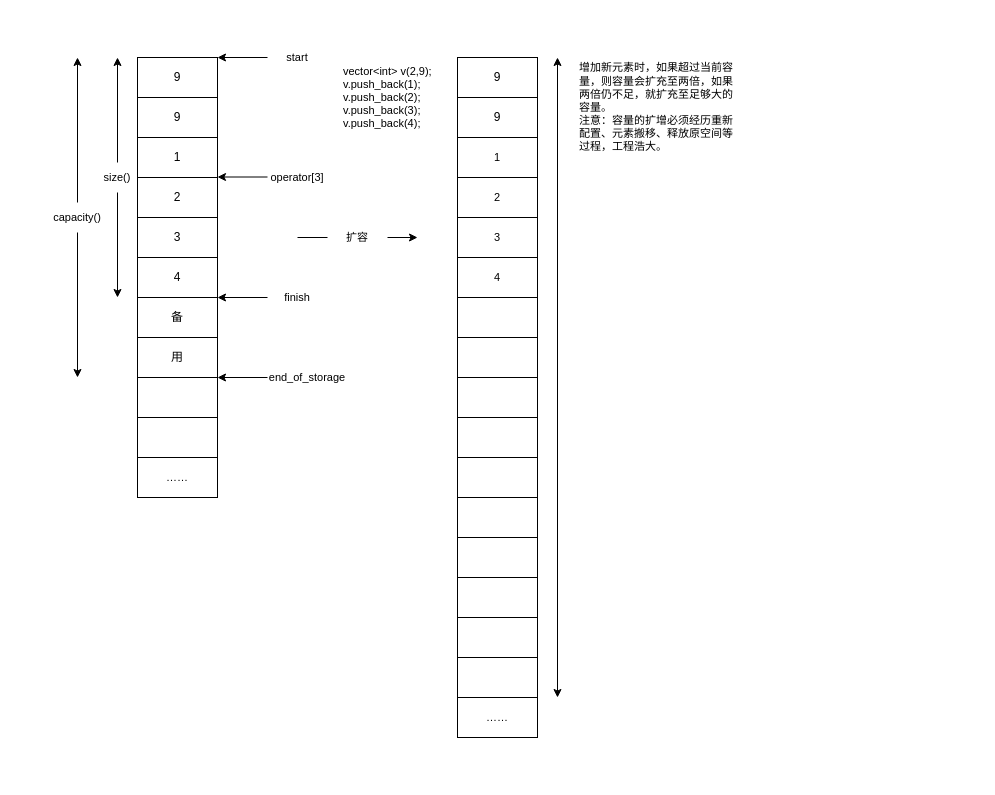
Before: 7.vector/1.drawio in CoderJPLuna/CPP_NOTE, a draw.io diagram. Source tidied: cells renumbered, new cells numbered last; positions are measured from the earlier drawing's top-left corner, leaving out a move shared by most shapes. Both pictures are drawn from the tidied source at 100%, with x=0, y=0 at pixel (47, 42).
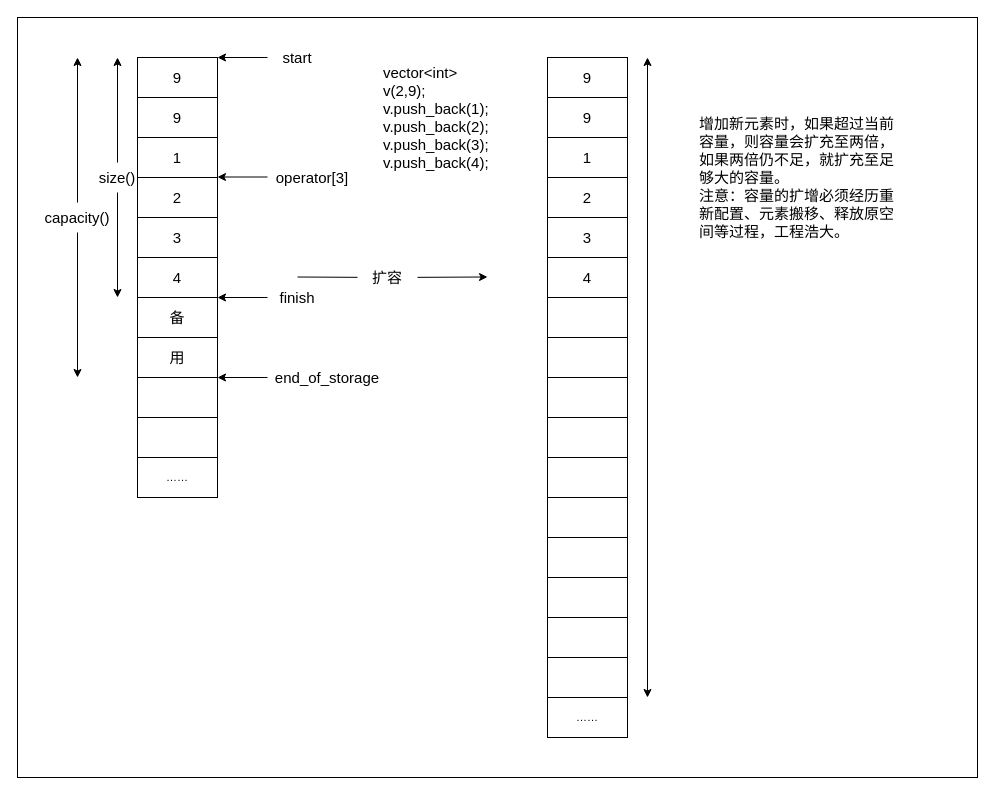
Above is the later version.

Change to the diagram source:
```diff
@@
+    <mxCell id="50" style="rounded=0;whiteSpace=wrap;html=1;" parent="1" vertex="1">
+      <mxGeometry x="-30" y="-25" width="960" height="760" as="geometry" />
+    </mxCell>
-    <mxCell id="2" value="9" style="rounded=0;whiteSpace=wrap;html=1;" parent="1" vertex="1">
+    <mxCell id="2" value="&lt;font style=&quot;font-size: 15px;&quot;&gt;9&lt;/font&gt;" style="rounded=0;whiteSpace=wrap;html=1;" parent="1" vertex="1">
       <mxGeometry x="90" y="15" width="80" height="40" as="geometry" />
     </mxCell>
-    <mxCell id="3" value="9" style="rounded=0;whiteSpace=wrap;html=1;" parent="1" vertex="1">
+    <mxCell id="3" value="&lt;font style=&quot;font-size: 15px;&quot;&gt;9&lt;/font&gt;" style="rounded=0;whiteSpace=wrap;html=1;" parent="1" vertex="1">
       <mxGeometry x="90" y="55" width="80" height="40" as="geometry" />
     </mxCell>
-    <mxCell id="4" value="1" style="rounded=0;whiteSpace=wrap;html=1;" parent="1" vertex="1">
+    <mxCell id="4" value="&lt;font style=&quot;font-size: 15px;&quot;&gt;1&lt;/font&gt;" style="rounded=0;whiteSpace=wrap;html=1;" parent="1" vertex="1">
       <mxGeometry x="90" y="95" width="80" height="40" as="geometry" />
     </mxCell>
-    <mxCell id="5" value="2" style="rounded=0;whiteSpace=wrap;html=1;" parent="1" vertex="1">
+    <mxCell id="5" value="&lt;font style=&quot;font-size: 15px;&quot;&gt;2&lt;/font&gt;" style="rounded=0;whiteSpace=wrap;html=1;" parent="1" vertex="1">
       <mxGeometry x="90" y="135" width="80" height="40" as="geometry" />
     </mxCell>
-    <mxCell id="6" value="3" style="rounded=0;whiteSpace=wrap;html=1;" parent="1" vertex="1">
+    <mxCell id="6" value="&lt;font style=&quot;font-size: 15px;&quot;&gt;3&lt;/font&gt;" style="rounded=0;whiteSpace=wrap;html=1;" parent="1" vertex="1">
       <mxGeometry x="90" y="175" width="80" height="40" as="geometry" />
     </mxCell>
-    <mxCell id="7" value="4" style="rounded=0;whiteSpace=wrap;html=1;" parent="1" vertex="1">
+    <mxCell id="7" value="&lt;font style=&quot;font-size: 15px;&quot;&gt;4&lt;/font&gt;" style="rounded=0;whiteSpace=wrap;html=1;" parent="1" vertex="1">
       <mxGeometry x="90" y="215" width="80" height="40" as="geometry" />
     </mxCell>
-    <mxCell id="8" value="备" style="rounded=0;whiteSpace=wrap;html=1;" parent="1" vertex="1">
+    <mxCell id="8" value="&lt;font style=&quot;font-size: 15px;&quot;&gt;备&lt;/font&gt;" style="rounded=0;whiteSpace=wrap;html=1;" parent="1" vertex="1">
       <mxGeometry x="90" y="255" width="80" height="40" as="geometry" />
     </mxCell>
-    <mxCell id="9" value="用" style="rounded=0;whiteSpace=wrap;html=1;align=center;" parent="1" vertex="1">
+    <mxCell id="9" value="&lt;font style=&quot;font-size: 15px;&quot;&gt;用&lt;/font&gt;" style="rounded=0;whiteSpace=wrap;html=1;align=center;" parent="1" vertex="1">
       <mxGeometry x="90" y="295" width="80" height="40" as="geometry" />
     </mxCell>
-    <mxCell id="10" value="9" style="rounded=0;whiteSpace=wrap;html=1;" parent="1" vertex="1">
-      <mxGeometry x="410" y="15" width="80" height="40" as="geometry" />
+    <mxCell id="10" value="&lt;font style=&quot;font-size: 15px;&quot;&gt;9&lt;/font&gt;" style="rounded=0;whiteSpace=wrap;html=1;" parent="1" vertex="1">
+      <mxGeometry x="500" y="15" width="80" height="40" as="geometry" />
     </mxCell>
-    <mxCell id="11" value="9" style="rounded=0;whiteSpace=wrap;html=1;" parent="1" vertex="1">
-      <mxGeometry x="410" y="55" width="80" height="40" as="geometry" />
+    <mxCell id="11" value="&lt;font style=&quot;font-size: 15px;&quot;&gt;9&lt;/font&gt;" style="rounded=0;whiteSpace=wrap;html=1;" parent="1" vertex="1">
+      <mxGeometry x="500" y="55" width="80" height="40" as="geometry" />
     </mxCell>
@@
-    <mxCell id="14" value="size()" style="text;html=1;strokeColor=none;fillColor=none;align=center;verticalAlign=middle;whiteSpace=wrap;rounded=0;fontFamily=Helvetica;fontSize=11;fontColor=default;" parent="1" vertex="1">
+    <mxCell id="14" value="&lt;font style=&quot;font-size: 15px;&quot;&gt;size()&lt;/font&gt;" style="text;html=1;strokeColor=none;fillColor=none;align=center;verticalAlign=middle;whiteSpace=wrap;rounded=0;fontFamily=Helvetica;fontSize=11;fontColor=default;" parent="1" vertex="1">
       <mxGeometry x="40" y="120" width="60" height="30" as="geometry" />
     </mxCell>
@@
-    <mxCell id="17" value="capacity()" style="text;html=1;strokeColor=none;fillColor=none;align=center;verticalAlign=middle;whiteSpace=wrap;rounded=0;fontFamily=Helvetica;fontSize=11;fontColor=default;" parent="1" vertex="1">
+    <mxCell id="17" value="&lt;font style=&quot;font-size: 15px;&quot;&gt;capacity()&lt;/font&gt;" style="text;html=1;strokeColor=none;fillColor=none;align=center;verticalAlign=middle;whiteSpace=wrap;rounded=0;fontFamily=Helvetica;fontSize=11;fontColor=default;" parent="1" vertex="1">
       <mxGeometry y="160" width="60" height="30" as="geometry" />
     </mxCell>
@@
-    <mxCell id="19" value="start" style="text;html=1;strokeColor=none;fillColor=none;align=center;verticalAlign=middle;whiteSpace=wrap;rounded=0;fontFamily=Helvetica;fontSize=11;fontColor=default;" parent="1" vertex="1">
+    <mxCell id="19" value="&lt;font style=&quot;font-size: 15px;&quot;&gt;start&lt;/font&gt;" style="text;html=1;strokeColor=none;fillColor=none;align=center;verticalAlign=middle;whiteSpace=wrap;rounded=0;fontFamily=Helvetica;fontSize=11;fontColor=default;" parent="1" vertex="1">
       <mxGeometry x="220" width="60" height="30" as="geometry" />
     </mxCell>
@@
-    <mxCell id="21" value="finish" style="text;html=1;strokeColor=none;fillColor=none;align=center;verticalAlign=middle;whiteSpace=wrap;rounded=0;fontFamily=Helvetica;fontSize=11;fontColor=default;" parent="1" vertex="1">
+    <mxCell id="21" value="&lt;font style=&quot;font-size: 15px;&quot;&gt;finish&lt;/font&gt;" style="text;html=1;strokeColor=none;fillColor=none;align=center;verticalAlign=middle;whiteSpace=wrap;rounded=0;fontFamily=Helvetica;fontSize=11;fontColor=default;" parent="1" vertex="1">
       <mxGeometry x="220" y="240" width="60" height="30" as="geometry" />
     </mxCell>
@@
-    <mxCell id="23" value="operator[3]" style="text;html=1;strokeColor=none;fillColor=none;align=center;verticalAlign=middle;whiteSpace=wrap;rounded=0;fontFamily=Helvetica;fontSize=11;fontColor=default;" parent="1" vertex="1">
-      <mxGeometry x="220" y="119.5" width="60" height="30" as="geometry" />
+    <mxCell id="23" value="&lt;font style=&quot;font-size: 15px;&quot;&gt;operator[3]&lt;/font&gt;" style="text;html=1;strokeColor=none;fillColor=none;align=center;verticalAlign=middle;whiteSpace=wrap;rounded=0;fontFamily=Helvetica;fontSize=11;fontColor=default;" parent="1" vertex="1">
+      <mxGeometry x="220" y="119.5" width="90" height="30" as="geometry" />
     </mxCell>
-    <mxCell id="24" value="vector&amp;lt;int&amp;gt; v(2,9);&lt;br&gt;v.push_back(1);&lt;br&gt;v.push_back(2);&lt;br&gt;v.push_back(3);&lt;br&gt;v.push_back(4);" style="text;strokeColor=none;fillColor=none;align=left;verticalAlign=middle;spacingLeft=4;spacingRight=4;overflow=hidden;whiteSpace=wrap;html=1;fontFamily=Helvetica;fontSize=11;fontColor=default;" parent="1" vertex="1">
-      <mxGeometry x="290" y="15" width="120" height="80" as="geometry" />
+    <mxCell id="24" value="&lt;font style=&quot;font-size: 15px;&quot;&gt;vector&amp;lt;int&amp;gt; v(2,9);&lt;br&gt;v.push_back(1);&lt;br&gt;v.push_back(2);&lt;br&gt;v.push_back(3);&lt;br&gt;v.push_back(4);&lt;/font&gt;" style="text;strokeColor=none;fillColor=none;align=left;verticalAlign=middle;spacingLeft=4;spacingRight=4;overflow=hidden;whiteSpace=wrap;html=1;fontFamily=Helvetica;fontSize=11;fontColor=default;" parent="1" vertex="1">
+      <mxGeometry x="330" y="15" width="120" height="120" as="geometry" />
     </mxCell>
-    <mxCell id="25" value="1" style="rounded=0;whiteSpace=wrap;html=1;fontFamily=Helvetica;fontSize=11;fontColor=default;" parent="1" vertex="1">
-      <mxGeometry x="410" y="95" width="80" height="40" as="geometry" />
+    <mxCell id="25" value="&lt;font style=&quot;font-size: 15px;&quot;&gt;1&lt;/font&gt;" style="rounded=0;whiteSpace=wrap;html=1;fontFamily=Helvetica;fontSize=11;fontColor=default;" parent="1" vertex="1">
+      <mxGeometry x="500" y="95" width="80" height="40" as="geometry" />
     </mxCell>
-    <mxCell id="26" value="2" style="rounded=0;whiteSpace=wrap;html=1;fontFamily=Helvetica;fontSize=11;fontColor=default;" parent="1" vertex="1">
-      <mxGeometry x="410" y="135" width="80" height="40" as="geometry" />
+    <mxCell id="26" value="&lt;font style=&quot;font-size: 15px;&quot;&gt;2&lt;/font&gt;" style="rounded=0;whiteSpace=wrap;html=1;fontFamily=Helvetica;fontSize=11;fontColor=default;" parent="1" vertex="1">
+      <mxGeometry x="500" y="135" width="80" height="40" as="geometry" />
     </mxCell>
-    <mxCell id="27" value="3" style="rounded=0;whiteSpace=wrap;html=1;fontFamily=Helvetica;fontSize=11;fontColor=default;" parent="1" vertex="1">
-      <mxGeometry x="410" y="175" width="80" height="40" as="geometry" />
+    <mxCell id="27" value="&lt;font style=&quot;font-size: 15px;&quot;&gt;3&lt;/font&gt;" style="rounded=0;whiteSpace=wrap;html=1;fontFamily=Helvetica;fontSize=11;fontColor=default;" parent="1" vertex="1">
+      <mxGeometry x="500" y="175" width="80" height="40" as="geometry" />
     </mxCell>
-    <mxCell id="28" value="4" style="rounded=0;whiteSpace=wrap;html=1;fontFamily=Helvetica;fontSize=11;fontColor=default;" parent="1" vertex="1">
-      <mxGeometry x="410" y="215" width="80" height="40" as="geometry" />
+    <mxCell id="28" value="&lt;font style=&quot;font-size: 15px;&quot;&gt;4&lt;/font&gt;" style="rounded=0;whiteSpace=wrap;html=1;fontFamily=Helvetica;fontSize=11;fontColor=default;" parent="1" vertex="1">
+      <mxGeometry x="500" y="215" width="80" height="40" as="geometry" />
     </mxCell>
     <mxCell id="29" style="rounded=0;whiteSpace=wrap;html=1;fontFamily=Helvetica;fontSize=11;fontColor=default;" parent="1" vertex="1">
-      <mxGeometry x="410" y="255" width="80" height="40" as="geometry" />
+      <mxGeometry x="500" y="255" width="80" height="40" as="geometry" />
     </mxCell>
     <mxCell id="30" style="rounded=0;whiteSpace=wrap;html=1;fontFamily=Helvetica;fontSize=11;fontColor=default;" parent="1" vertex="1">
-      <mxGeometry x="410" y="295" width="80" height="40" as="geometry" />
+      <mxGeometry x="500" y="295" width="80" height="40" as="geometry" />
     </mxCell>
     <mxCell id="31" style="rounded=0;whiteSpace=wrap;html=1;fontFamily=Helvetica;fontSize=11;fontColor=default;" parent="1" vertex="1">
-      <mxGeometry x="410" y="335" width="80" height="40" as="geometry" />
+      <mxGeometry x="500" y="335" width="80" height="40" as="geometry" />
     </mxCell>
     <mxCell id="32" style="endArrow=classic;startArrow=classic;html=1;rounded=1;labelBackgroundColor=default;strokeColor=default;fontFamily=Helvetica;fontSize=11;fontColor=default;shape=connector;" parent="1" edge="1">
       <mxGeometry relative="1" as="geometry">
-        <mxPoint x="510" y="655" as="sourcePoint" />
-        <mxPoint x="510" y="15" as="targetPoint" />
+        <mxPoint x="600" y="655" as="sourcePoint" />
+        <mxPoint x="600" y="15" as="targetPoint" />
       </mxGeometry>
     </mxCell>
-    <mxCell id="33" value="增加新元素时，如果超过当前容量，则容量会扩充至两倍，如果两倍仍不足，就扩充至足够大的容量。&lt;br&gt;&lt;div style=&quot;&quot;&gt;&lt;span style=&quot;background-color: initial;&quot;&gt;注意：容量的扩增必须经历重新配置、元素搬移、释放原空间等过程，工程浩大。&lt;/span&gt;&lt;/div&gt;" style="text;html=1;strokeColor=none;fillColor=none;align=left;verticalAlign=middle;whiteSpace=wrap;rounded=0;fontFamily=Helvetica;fontSize=11;fontColor=default;" parent="1" vertex="1">
-      <mxGeometry x="530" y="5" width="160" height="120" as="geometry" />
+    <mxCell id="33" value="&lt;font style=&quot;font-size: 15px;&quot;&gt;增加新元素时，如果超过当前容量，则容量会扩充至两倍，如果两倍仍不足，就扩充至足够大的容量。&lt;br&gt;&lt;/font&gt;&lt;div style=&quot;font-size: 15px;&quot;&gt;&lt;span style=&quot;background-color: initial;&quot;&gt;&lt;font style=&quot;font-size: 15px;&quot;&gt;注意：容量的扩增必须经历重新配置、元素搬移、释放原空间等过程，工程浩大。&lt;/font&gt;&lt;/span&gt;&lt;/div&gt;" style="text;html=1;strokeColor=none;fillColor=none;align=left;verticalAlign=middle;whiteSpace=wrap;rounded=0;fontFamily=Helvetica;fontSize=11;fontColor=default;" parent="1" vertex="1">
+      <mxGeometry x="650" y="55" width="200" height="160" as="geometry" />
     </mxCell>
@@
-    <mxCell id="35" value="end_of_storage" style="text;html=1;strokeColor=none;fillColor=none;align=center;verticalAlign=middle;whiteSpace=wrap;rounded=0;fontFamily=Helvetica;fontSize=11;fontColor=default;" parent="1" vertex="1">
-      <mxGeometry x="220" y="320" width="80" height="30" as="geometry" />
+    <mxCell id="35" value="&lt;font style=&quot;font-size: 15px;&quot;&gt;end_of_storage&lt;/font&gt;" style="text;html=1;strokeColor=none;fillColor=none;align=center;verticalAlign=middle;whiteSpace=wrap;rounded=0;fontFamily=Helvetica;fontSize=11;fontColor=default;" parent="1" vertex="1">
+      <mxGeometry x="220" y="320" width="120" height="30" as="geometry" />
     </mxCell>
     <mxCell id="36" style="rounded=0;whiteSpace=wrap;html=1;fontFamily=Helvetica;fontSize=11;fontColor=default;" parent="1" vertex="1">
-      <mxGeometry x="410" y="375" width="80" height="40" as="geometry" />
+      <mxGeometry x="500" y="375" width="80" height="40" as="geometry" />
     </mxCell>
@@
     <mxCell id="40" style="rounded=0;whiteSpace=wrap;html=1;fontFamily=Helvetica;fontSize=11;fontColor=default;" parent="1" vertex="1">
-      <mxGeometry x="410" y="415" width="80" height="40" as="geometry" />
+      <mxGeometry x="500" y="415" width="80" height="40" as="geometry" />
     </mxCell>
     <mxCell id="41" style="rounded=0;whiteSpace=wrap;html=1;fontFamily=Helvetica;fontSize=11;fontColor=default;" parent="1" vertex="1">
-      <mxGeometry x="410" y="455" width="80" height="40" as="geometry" />
+      <mxGeometry x="500" y="455" width="80" height="40" as="geometry" />
     </mxCell>
     <mxCell id="42" style="rounded=0;whiteSpace=wrap;html=1;fontFamily=Helvetica;fontSize=11;fontColor=default;" parent="1" vertex="1">
-      <mxGeometry x="410" y="495" width="80" height="40" as="geometry" />
+      <mxGeometry x="500" y="495" width="80" height="40" as="geometry" />
     </mxCell>
     <mxCell id="43" style="rounded=0;whiteSpace=wrap;html=1;fontFamily=Helvetica;fontSize=11;fontColor=default;" parent="1" vertex="1">
-      <mxGeometry x="410" y="535" width="80" height="40" as="geometry" />
+      <mxGeometry x="500" y="535" width="80" height="40" as="geometry" />
     </mxCell>
     <mxCell id="44" style="rounded=0;whiteSpace=wrap;html=1;fontFamily=Helvetica;fontSize=11;fontColor=default;" parent="1" vertex="1">
-      <mxGeometry x="410" y="575" width="80" height="40" as="geometry" />
+      <mxGeometry x="500" y="575" width="80" height="40" as="geometry" />
     </mxCell>
     <mxCell id="45" style="rounded=0;whiteSpace=wrap;html=1;fontFamily=Helvetica;fontSize=11;fontColor=default;" parent="1" vertex="1">
-      <mxGeometry x="410" y="615" width="80" height="40" as="geometry" />
+      <mxGeometry x="500" y="615" width="80" height="40" as="geometry" />
     </mxCell>
     <mxCell id="46" value="……" style="rounded=0;whiteSpace=wrap;html=1;fontFamily=Helvetica;fontSize=11;fontColor=default;" parent="1" vertex="1">
-      <mxGeometry x="410" y="655" width="80" height="40" as="geometry" />
+      <mxGeometry x="500" y="655" width="80" height="40" as="geometry" />
     </mxCell>
-    <mxCell id="47" style="endArrow=classic;html=1;rounded=1;labelBackgroundColor=default;strokeColor=default;fontFamily=Helvetica;fontSize=11;fontColor=default;shape=connector;startArrow=none;" parent="1" edge="1" source="49">
-      <mxGeometry relative="1" as="geometry">
-        <mxPoint x="370" y="195" as="targetPoint" />
-      </mxGeometry>
-    </mxCell>
-    <mxCell id="48" style="endArrow=none;html=1;rounded=1;labelBackgroundColor=default;strokeColor=default;fontFamily=Helvetica;fontSize=11;fontColor=default;shape=connector;" parent="1" edge="1" target="49">
-      <mxGeometry relative="1" as="geometry">
-        <mxPoint x="250" y="195" as="sourcePoint" />
-      </mxGeometry>
-    </mxCell>
+    <mxCell id="51" style="endArrow=classic;html=1;fontSize=15;startArrow=none;" parent="1" edge="1" source="49">
+      <mxGeometry relative="1" as="geometry">
+        <mxPoint x="440" y="234.5" as="targetPoint" />
+      </mxGeometry>
+    </mxCell>
+    <mxCell id="52" style="endArrow=none;html=1;fontSize=15;" parent="1" edge="1" target="49">
+      <mxGeometry relative="1" as="geometry">
+        <mxPoint x="250" y="234.5" as="sourcePoint" />
+      </mxGeometry>
+    </mxCell>
-    <mxCell id="49" value="扩容" style="text;html=1;strokeColor=none;fillColor=none;align=center;verticalAlign=middle;whiteSpace=wrap;rounded=0;fontFamily=Helvetica;fontSize=11;fontColor=default;" parent="1" vertex="1">
-      <mxGeometry x="280" y="180" width="60" height="30" as="geometry" />
+    <mxCell id="49" value="扩容" style="text;html=1;strokeColor=none;fillColor=none;align=center;verticalAlign=middle;whiteSpace=wrap;rounded=0;fontSize=15;" parent="1" vertex="1">
+      <mxGeometry x="310" y="220" width="60" height="30" as="geometry" />
     </mxCell>
```
